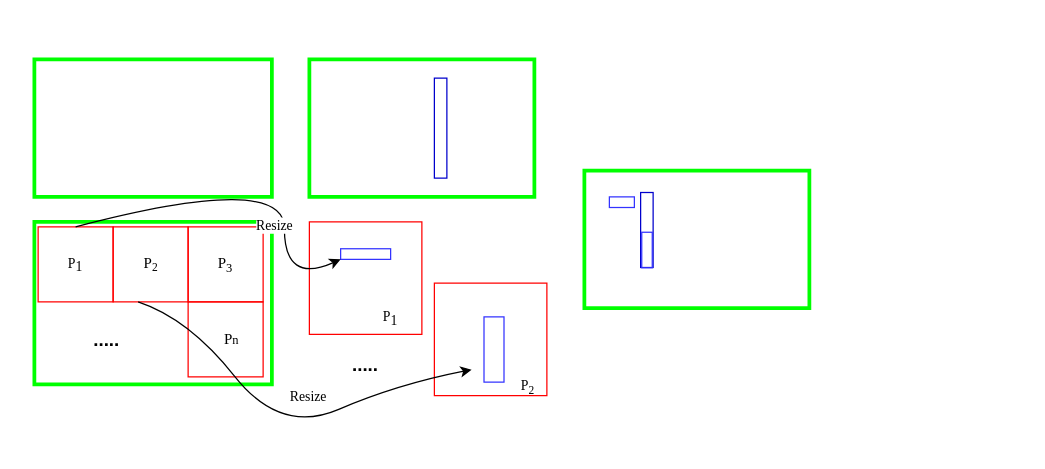
The draw.io diagram sahi.drawio in paleblackless/diagrams, before the edit. Source tidied: cells renumbered, new cells numbered last; positions are measured from the earlier drawing's top-left corner, leaving out a move shared by most shapes. Both pictures are drawn from the tidied source at 125%, with x=0, y=0 at pixel (34, 59).
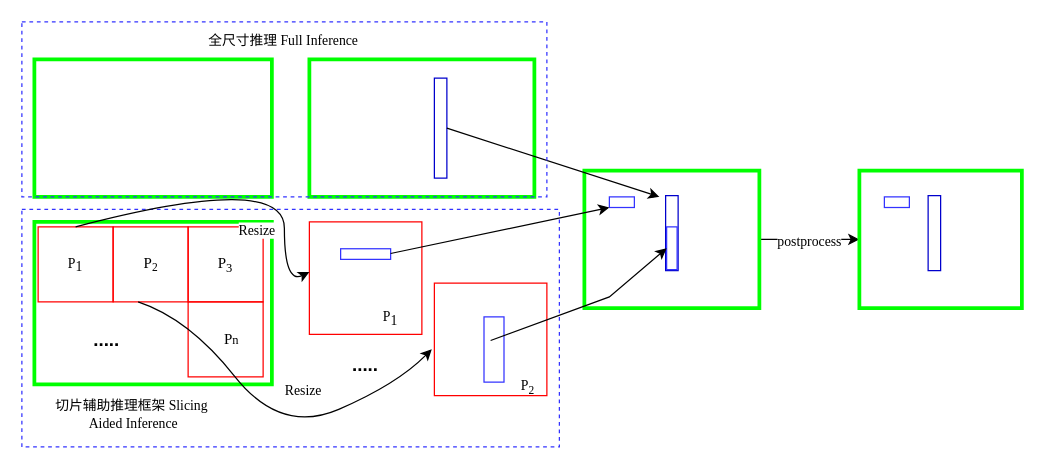
After the change.

The change refers to these unchanged cells:
```xml
<mxCell id="5" style="rounded=0;whiteSpace=wrap;html=1;rotation=-90;strokeColor=#0000CC;" parent="1" vertex="1">
  <mxGeometry x="285" y="50" width="80" height="10" as="geometry" />
</mxCell>
<mxCell id="6" style="whiteSpace=wrap;html=1;fillColor=none;strokeColor=#FF0000;" parent="1" vertex="1">
  <mxGeometry x="3" y="134" width="60" height="60" as="geometry" />
</mxCell>
<mxCell id="16" style="whiteSpace=wrap;html=1;fillColor=none;strokeColor=#FF0000;" parent="1" vertex="1">
  <mxGeometry x="320" y="179" width="90" height="90" as="geometry" />
</mxCell>
<mxCell id="17" style="rounded=0;whiteSpace=wrap;html=1;fontFamily=Times New Roman;fontSize=11;strokeColor=#3333FF;strokeWidth=1;fillColor=none;" parent="1" vertex="1">
  <mxGeometry x="245" y="151.5" width="40" height="8.5" as="geometry" />
</mxCell>
<mxCell id="27" style="rounded=0;whiteSpace=wrap;html=1;fontFamily=Times New Roman;fontSize=11;strokeColor=#3333FF;strokeWidth=1;fillColor=none;" parent="1" vertex="1">
  <mxGeometry x="460" y="110" width="20" height="8.5" as="geometry" />
</mxCell>
```

What changed in the source:
```diff
@@
+    <mxCell id="30" style="rounded=0;whiteSpace=wrap;html=1;fontFamily=Times New Roman;fontSize=11;strokeColor=#3333FF;strokeWidth=1;fillColor=none;dashed=1;" parent="1" vertex="1">
+      <mxGeometry x="-10" y="120" width="430" height="190" as="geometry" />
+    </mxCell>
+    <mxCell id="3" style="rounded=0;whiteSpace=wrap;html=1;strokeColor=#00FF00;strokeWidth=3;" parent="1" vertex="1">
+      <mxGeometry x="220" width="180" height="110" as="geometry" />
+    </mxCell>
@@
-    <mxCell id="3" style="rounded=0;whiteSpace=wrap;html=1;strokeColor=#00FF00;strokeWidth=3;" parent="1" vertex="1">
-      <mxGeometry x="220" width="180" height="110" as="geometry" />
-    </mxCell>
@@
-    <mxCell id="19" style="curved=1;endArrow=classic;html=1;rounded=0;fontFamily=Times New Roman;fontSize=11;exitX=0.5;exitY=0;exitDx=0;exitDy=0;entryX=0;entryY=1;entryDx=0;entryDy=0;" parent="1" edge="1" source="6" target="17">
+    <mxCell id="19" style="curved=1;endArrow=classic;html=1;rounded=0;fontFamily=Times New Roman;fontSize=11;exitX=0.5;exitY=0;exitDx=0;exitDy=0;" parent="1" edge="1" source="6">
       <mxGeometry relative="1" as="geometry">
+        <mxPoint x="220" y="170" as="targetPoint" />
         <Array as="points">
           <mxPoint x="200" y="90" />
           <mxPoint x="200" y="180" />
         </Array>
       </mxGeometry>
     </mxCell>
@@
-    <mxCell id="21" style="curved=1;endArrow=classic;html=1;rounded=0;fontFamily=Times New Roman;fontSize=11;exitX=0.5;exitY=1;exitDx=0;exitDy=0;entryX=0.25;entryY=0;entryDx=0;entryDy=0;" parent="1" edge="1">
+    <mxCell id="21" style="curved=1;endArrow=classic;html=1;rounded=0;fontFamily=Times New Roman;fontSize=11;exitX=0.5;exitY=1;exitDx=0;exitDy=0;entryX=-0.023;entryY=0.588;entryDx=0;entryDy=0;entryPerimeter=0;" parent="1" edge="1" target="16">
       <mxGeometry relative="1" as="geometry">
         <mxPoint x="83" y="194" as="sourcePoint" />
-        <mxPoint x="349.8" y="248.2" as="targetPoint" />
         <Array as="points">
           <mxPoint x="123.8" y="207.5" />
           <mxPoint x="197" y="300" />
           <mxPoint x="290" y="260" />
         </Array>
       </mxGeometry>
     </mxCell>
@@
+    <mxCell id="31" value="&lt;font style=&quot;font-size: 11px;&quot;&gt;postprocess&lt;/font&gt;" style="edgeStyle=orthogonalEdgeStyle;rounded=0;jettySize=auto;html=1;exitX=1;exitY=0.5;exitDx=0;exitDy=0;fontFamily=Times New Roman;fontSize=15;entryX=0;entryY=0.5;entryDx=0;entryDy=0;" parent="1" edge="1" source="26" target="37">
+      <mxGeometry relative="1" as="geometry" />
+    </mxCell>
+    <mxCell id="26" style="rounded=0;whiteSpace=wrap;html=1;strokeColor=#00FF00;strokeWidth=3;" parent="1" vertex="1">
+      <mxGeometry x="440" y="89" width="140" height="110" as="geometry" />
+    </mxCell>
@@
-    <mxCell id="26" style="rounded=0;whiteSpace=wrap;html=1;strokeColor=#00FF00;strokeWidth=3;" parent="1" vertex="1">
-      <mxGeometry x="440" y="89" width="180" height="110" as="geometry" />
-    </mxCell>
@@
     <mxCell id="28" style="rounded=0;whiteSpace=wrap;html=1;rotation=-90;strokeColor=#0000CC;" parent="1" vertex="1">
-      <mxGeometry x="460" y="131.5" width="60" height="10" as="geometry" />
+      <mxGeometry x="480" y="134" width="60" height="10" as="geometry" />
     </mxCell>
     <mxCell id="29" style="rounded=0;whiteSpace=wrap;html=1;fontFamily=Times New Roman;fontSize=11;strokeColor=#3333FF;strokeWidth=1;fillColor=none;rotation=-90;" parent="1" vertex="1">
-      <mxGeometry x="475.9" y="148.3" width="28.4" height="8.4" as="geometry" />
+      <mxGeometry x="492.9" y="146.9" width="34.2" height="8.4" as="geometry" />
     </mxCell>
+    <mxCell id="32" style="endArrow=classic;html=1;rounded=0;fontFamily=Times New Roman;fontSize=15;exitX=0.5;exitY=1;exitDx=0;exitDy=0;" parent="1" edge="1" source="5">
+      <mxGeometry relative="1" as="geometry">
+        <mxPoint x="500" y="110" as="targetPoint" />
+      </mxGeometry>
+    </mxCell>
+    <mxCell id="33" style="endArrow=classic;html=1;rounded=0;fontFamily=Times New Roman;fontSize=15;exitX=0.5;exitY=1;exitDx=0;exitDy=0;entryX=0;entryY=1;entryDx=0;entryDy=0;" parent="1" edge="1" target="27">
+      <mxGeometry relative="1" as="geometry">
+        <mxPoint x="285" y="155.3" as="sourcePoint" />
+      </mxGeometry>
+    </mxCell>
+    <mxCell id="34" style="endArrow=classic;html=1;rounded=0;fontFamily=Times New Roman;fontSize=15;exitX=0.5;exitY=1;exitDx=0;exitDy=0;entryX=0.5;entryY=0;entryDx=0;entryDy=0;" parent="1" edge="1" target="29">
+      <mxGeometry relative="1" as="geometry">
+        <mxPoint x="365" y="224.9" as="sourcePoint" />
+        <Array as="points">
+          <mxPoint x="460" y="190" />
+        </Array>
+      </mxGeometry>
+    </mxCell>
+    <mxCell id="35" style="rounded=0;whiteSpace=wrap;html=1;fontFamily=Times New Roman;fontSize=11;strokeColor=#3333FF;strokeWidth=1;fillColor=none;dashed=1;" parent="1" vertex="1">
+      <mxGeometry x="-10" y="-30" width="420" height="140" as="geometry" />
+    </mxCell>
+    <mxCell id="36" style="group;" parent="1" vertex="1">
+      <mxGeometry x="660" y="89" width="130" height="110" as="geometry" />
+    </mxCell>
+    <mxCell id="37" style="rounded=0;whiteSpace=wrap;html=1;strokeColor=#00FF00;strokeWidth=3;" parent="36" vertex="1">
+      <mxGeometry width="130" height="110" as="geometry" />
+    </mxCell>
+    <mxCell id="38" style="rounded=0;whiteSpace=wrap;html=1;fontFamily=Times New Roman;fontSize=11;strokeColor=#3333FF;strokeWidth=1;fillColor=none;" parent="36" vertex="1">
+      <mxGeometry x="20" y="21" width="20" height="8.5" as="geometry" />
+    </mxCell>
+    <mxCell id="39" style="rounded=0;whiteSpace=wrap;html=1;rotation=-90;strokeColor=#0000CC;" parent="36" vertex="1">
+      <mxGeometry x="30" y="45" width="60" height="10" as="geometry" />
+    </mxCell>
+    <mxCell id="40" value="全尺寸推理 Full Inference" style="text;html=1;strokeColor=none;fillColor=none;align=center;verticalAlign=middle;whiteSpace=wrap;rounded=0;dashed=1;fontFamily=Times New Roman;fontSize=11;" parent="1" vertex="1">
+      <mxGeometry x="123" y="-30" width="153.2" height="30" as="geometry" />
+    </mxCell>
+    <mxCell id="41" value="切片辅助推理框架 Slicing&amp;nbsp; Aided Inference" style="text;html=1;strokeColor=none;fillColor=none;align=center;verticalAlign=middle;whiteSpace=wrap;rounded=0;dashed=1;fontFamily=Times New Roman;fontSize=11;" parent="1" vertex="1">
+      <mxGeometry x="3" y="269" width="153.2" height="30" as="geometry" />
+    </mxCell>
```
